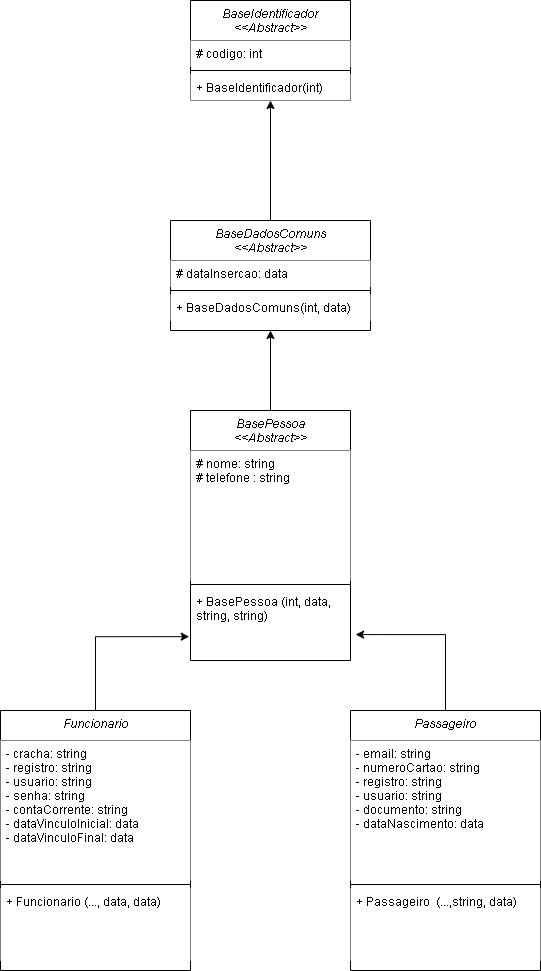
Above: DIAGRAMA ATIVIDADE 04.drawio.png in LipeCoelho21/atividade-04 (draw.io), before the change. Source tidied: cells renumbered, new cells last; positions are measured from the earlier drawing's top-left corner, leaving out a move shared by most shapes.
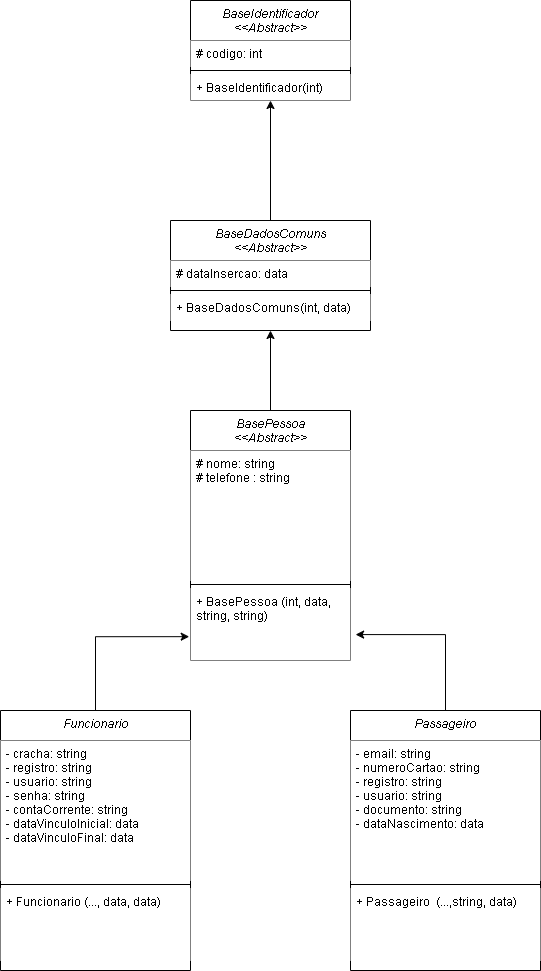
The same file after the commit.

The edit, as a diff of the source:
```diff
@@ -41,7 +41,7 @@
     <mxCell id="14" style="line;html=1;strokeWidth=1;align=left;verticalAlign=middle;spacingTop=-1;spacingLeft=3;spacingRight=3;labelPosition=right;" parent="12" vertex="1">
       <mxGeometry y="170" width="160" height="8" as="geometry" />
     </mxCell>
-    <mxCell id="15" value="+ BasePessoa (int, data, &#10;string, string)" style="text;align=left;verticalAlign=top;spacingLeft=4;spacingRight=4;overflow=hidden;points=[[0,0.5],[1,0.5]];portConstraint=eastwest;" parent="12" vertex="1">
+    <mxCell id="15" value="+ BasePessoa (int, data, &#10;string, string)" style="text;align=left;verticalAlign=top;spacingLeft=4;spacingRight=4;overflow=hidden;points=[[0,0.5],[1,0.5]];portConstraint=eastwest;fillColor=default;" parent="12" vertex="1">
       <mxGeometry y="178" width="160" height="72" as="geometry" />
     </mxCell>
     <mxCell id="16" style="edgeStyle=orthogonalEdgeStyle;rounded=0;jettySize=auto;html=1;exitX=0.5;exitY=0;exitDx=0;exitDy=0;entryX=-0.008;entryY=0.669;entryDx=0;entryDy=0;entryPerimeter=0;" parent="1" edge="1" source="17" target="15">
```
